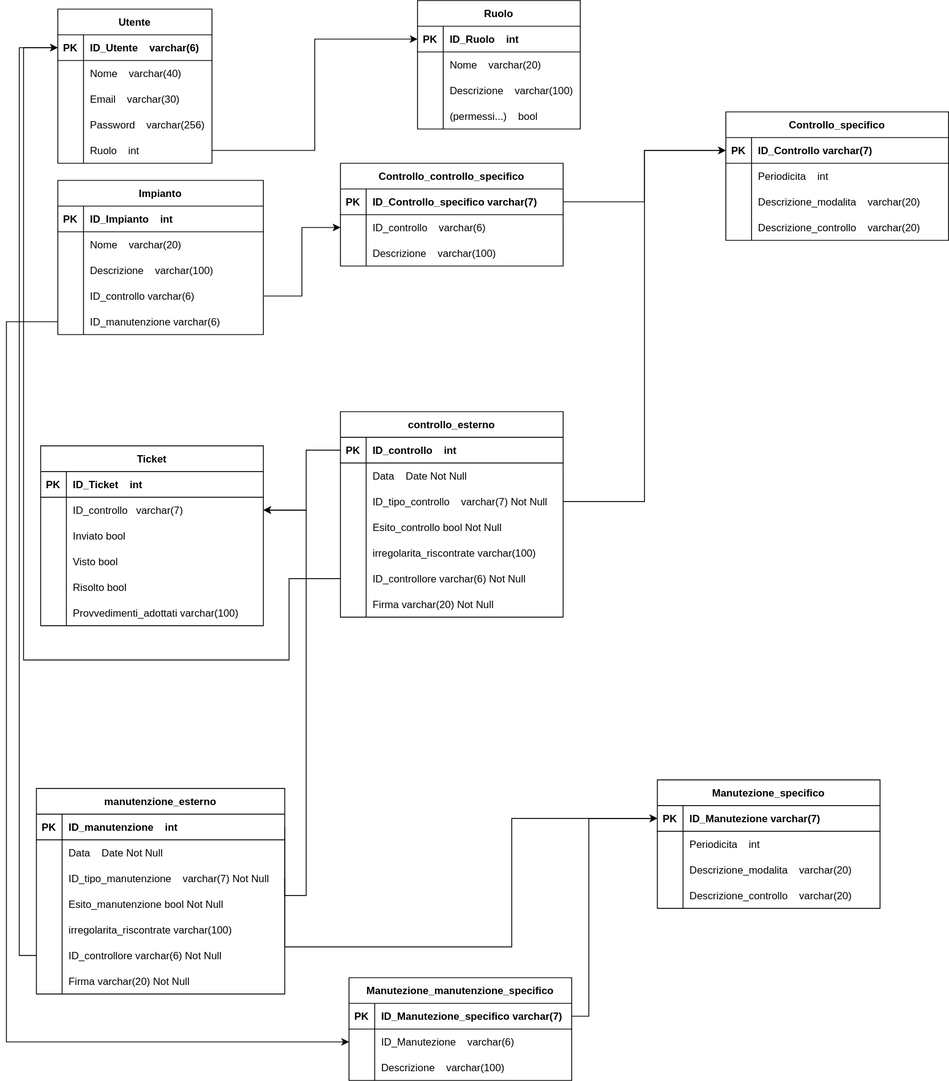
Earlier version of the draw.io export analisi/database/modello_fisico.drawio.svg (I-I-S-Viola-Marchesini/Sistema-Manutenzione). Source tidied: cells renumbered, new cells last; positions are measured from the earlier drawing's top-left corner, leaving out a move shared by most shapes.
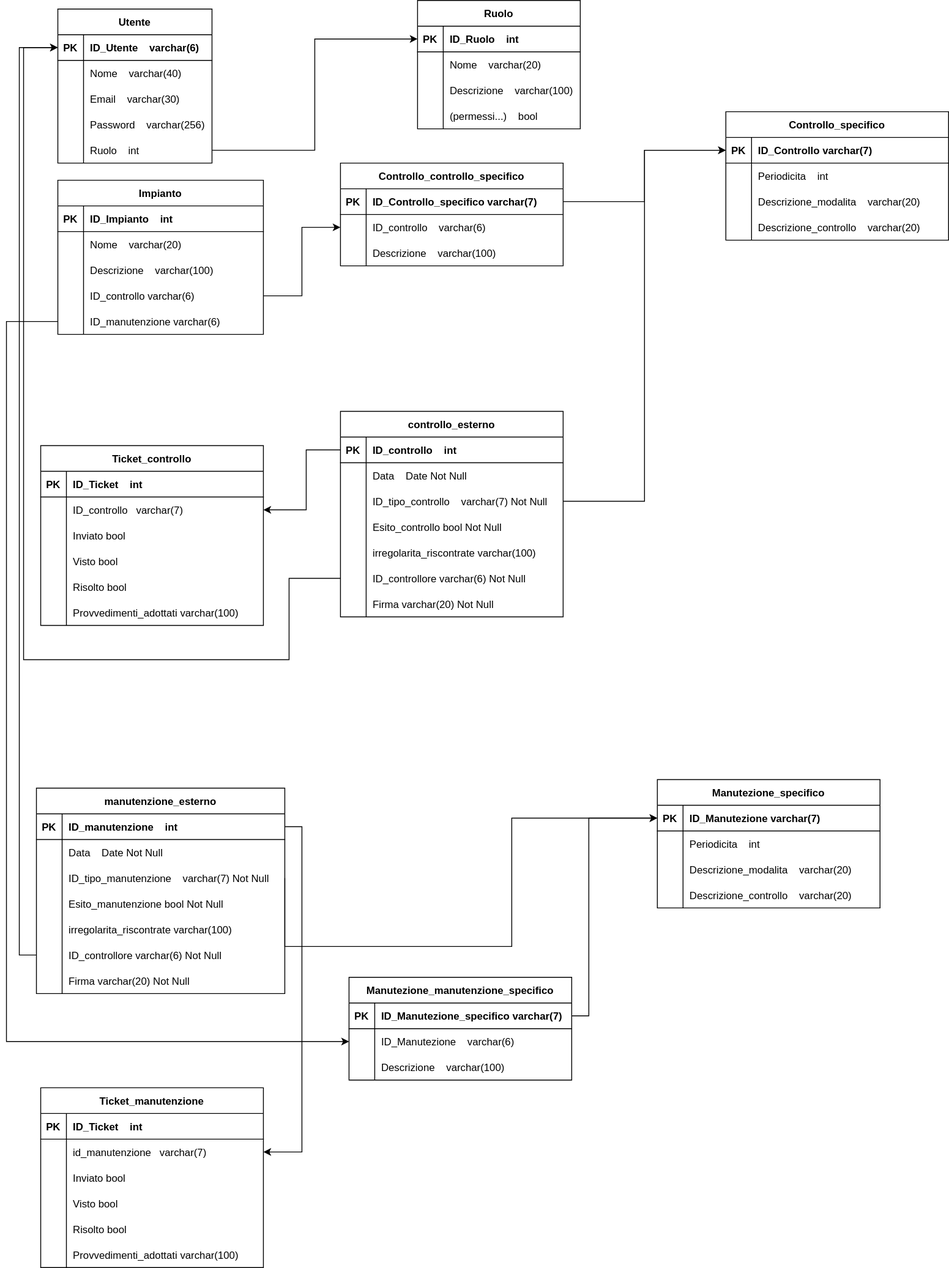
The same diagram one commit later.

The edit, as a diff of the source:
```diff
@@ -347,7 +347,7 @@
     <mxCell id="116" value="Firma varchar(20) Not Null" style="shape=partialRectangle;fillColor=none;top=0;left=0;bottom=0;right=0;align=left;spacingLeft=6;overflow=hidden;" parent="114" vertex="1">
       <mxGeometry x="30" width="230" height="30" as="geometry" />
     </mxCell>
-    <mxCell id="117" value="Ticket" style="shape=table;startSize=30;rowLines=0;fontStyle=1;align=center;" parent="1" vertex="1">
+    <mxCell id="117" value="Ticket_controllo" style="shape=table;startSize=30;rowLines=0;fontStyle=1;align=center;" parent="1" vertex="1">
       <mxGeometry x="40" y="520" width="260" height="210" as="geometry" />
     </mxCell>
     <mxCell id="118" style="shape=tableRow;horizontal=0;startSize=0;swimlaneHead=0;swimlaneBody=0;fillColor=none;top=0;left=0;right=0;bottom=1;" parent="117" vertex="1">
@@ -508,14 +508,6 @@
     <mxCell id="162" style="edgeStyle=orthogonalEdgeStyle;rounded=0;jettySize=auto;html=1;exitX=0;exitY=0.5;exitDx=0;exitDy=0;entryX=0;entryY=0.5;entryDx=0;entryDy=0;" parent="1" edge="1" source="154" target="3">
       <mxGeometry relative="1" as="geometry" />
     </mxCell>
-    <mxCell id="163" style="edgeStyle=orthogonalEdgeStyle;rounded=0;jettySize=auto;html=1;exitX=1;exitY=0.5;exitDx=0;exitDy=0;entryX=1;entryY=0.5;entryDx=0;entryDy=0;" parent="1" edge="1" source="139" target="121">
-      <mxGeometry relative="1" as="geometry">
-        <Array as="points">
-          <mxPoint x="350" y="1045" />
-          <mxPoint x="350" y="595" />
-        </Array>
-      </mxGeometry>
-    </mxCell>
     <mxCell id="164" style="edgeStyle=orthogonalEdgeStyle;rounded=0;jettySize=auto;html=1;exitX=0;exitY=0.5;exitDx=0;exitDy=0;entryX=0;entryY=0.5;entryDx=0;entryDy=0;" parent="1" edge="1" source="45" target="62">
       <mxGeometry relative="1" as="geometry">
         <Array as="points">
@@ -530,5 +522,65 @@
     <mxCell id="166" style="edgeStyle=orthogonalEdgeStyle;rounded=0;jettySize=auto;html=1;exitX=1;exitY=0.5;exitDx=0;exitDy=0;entryX=0;entryY=0.5;entryDx=0;entryDy=0;" parent="1" edge="1" source="49" target="70">
       <mxGeometry relative="1" as="geometry" />
     </mxCell>
+    <mxCell id="167" value="Ticket_manutenzione" style="shape=table;startSize=30;rowLines=0;fontStyle=1;align=center;" parent="1" vertex="1">
+      <mxGeometry x="40" y="1270" width="260" height="210" as="geometry" />
+    </mxCell>
+    <mxCell id="168" style="shape=tableRow;horizontal=0;startSize=0;swimlaneHead=0;swimlaneBody=0;fillColor=none;top=0;left=0;right=0;bottom=1;" parent="167" vertex="1">
+      <mxGeometry y="30" width="260" height="30" as="geometry" />
+    </mxCell>
+    <mxCell id="169" value="PK" style="shape=partialRectangle;fillColor=none;top=0;left=0;bottom=0;right=0;fontStyle=1;overflow=hidden;" parent="168" vertex="1">
+      <mxGeometry width="30" height="30" as="geometry" />
+    </mxCell>
+    <mxCell id="170" value="ID_Ticket    int" style="shape=partialRectangle;fillColor=none;top=0;left=0;bottom=0;right=0;align=left;spacingLeft=6;fontStyle=1;overflow=hidden;" parent="168" vertex="1">
+      <mxGeometry x="30" width="230" height="30" as="geometry" />
+    </mxCell>
+    <mxCell id="171" style="shape=tableRow;horizontal=0;startSize=0;swimlaneHead=0;swimlaneBody=0;fillColor=none;points=[[0,0.5],[1,0.5]];portConstraint=eastwest;top=0;left=0;right=0;bottom=0;" parent="167" vertex="1">
+      <mxGeometry y="60" width="260" height="30" as="geometry" />
+    </mxCell>
+    <mxCell id="172" style="shape=partialRectangle;fillColor=none;top=0;left=0;bottom=0;right=0;overflow=hidden;" parent="171" vertex="1">
+      <mxGeometry width="30" height="30" as="geometry" />
+    </mxCell>
+    <mxCell id="173" value="id_manutenzione   varchar(7)" style="shape=partialRectangle;fillColor=none;top=0;left=0;bottom=0;right=0;align=left;spacingLeft=6;overflow=hidden;" parent="171" vertex="1">
+      <mxGeometry x="30" width="230" height="30" as="geometry" />
+    </mxCell>
+    <mxCell id="174" style="shape=tableRow;horizontal=0;startSize=0;swimlaneHead=0;swimlaneBody=0;fillColor=none;top=0;left=0;right=0;bottom=0;" parent="167" vertex="1">
+      <mxGeometry y="90" width="260" height="30" as="geometry" />
+    </mxCell>
+    <mxCell id="175" style="shape=partialRectangle;fillColor=none;top=0;left=0;bottom=0;right=0;overflow=hidden;" parent="174" vertex="1">
+      <mxGeometry width="30" height="30" as="geometry" />
+    </mxCell>
+    <mxCell id="176" value="Inviato bool" style="shape=partialRectangle;fillColor=none;top=0;left=0;bottom=0;right=0;align=left;spacingLeft=6;overflow=hidden;" parent="174" vertex="1">
+      <mxGeometry x="30" width="230" height="30" as="geometry" />
+    </mxCell>
+    <mxCell id="177" style="shape=tableRow;horizontal=0;startSize=0;swimlaneHead=0;swimlaneBody=0;fillColor=none;top=0;left=0;right=0;bottom=0;" parent="167" vertex="1">
+      <mxGeometry y="120" width="260" height="30" as="geometry" />
+    </mxCell>
+    <mxCell id="178" style="shape=partialRectangle;fillColor=none;top=0;left=0;bottom=0;right=0;overflow=hidden;" parent="177" vertex="1">
+      <mxGeometry width="30" height="30" as="geometry" />
+    </mxCell>
+    <mxCell id="179" value="Visto bool" style="shape=partialRectangle;fillColor=none;top=0;left=0;bottom=0;right=0;align=left;spacingLeft=6;overflow=hidden;" parent="177" vertex="1">
+      <mxGeometry x="30" width="230" height="30" as="geometry" />
+    </mxCell>
+    <mxCell id="180" style="shape=tableRow;horizontal=0;startSize=0;swimlaneHead=0;swimlaneBody=0;fillColor=none;top=0;left=0;right=0;bottom=0;" parent="167" vertex="1">
+      <mxGeometry y="150" width="260" height="30" as="geometry" />
+    </mxCell>
+    <mxCell id="181" style="shape=partialRectangle;fillColor=none;top=0;left=0;bottom=0;right=0;overflow=hidden;" parent="180" vertex="1">
+      <mxGeometry width="30" height="30" as="geometry" />
+    </mxCell>
+    <mxCell id="182" value="Risolto bool" style="shape=partialRectangle;fillColor=none;top=0;left=0;bottom=0;right=0;align=left;spacingLeft=6;overflow=hidden;" parent="180" vertex="1">
+      <mxGeometry x="30" width="230" height="30" as="geometry" />
+    </mxCell>
+    <mxCell id="183" style="shape=tableRow;horizontal=0;startSize=0;swimlaneHead=0;swimlaneBody=0;fillColor=none;top=0;left=0;right=0;bottom=0;" parent="167" vertex="1">
+      <mxGeometry y="180" width="260" height="30" as="geometry" />
+    </mxCell>
+    <mxCell id="184" style="shape=partialRectangle;fillColor=none;top=0;left=0;bottom=0;right=0;overflow=hidden;" parent="183" vertex="1">
+      <mxGeometry width="30" height="30" as="geometry" />
+    </mxCell>
+    <mxCell id="185" value="Provvedimenti_adottati varchar(100)" style="shape=partialRectangle;fillColor=none;top=0;left=0;bottom=0;right=0;align=left;spacingLeft=6;overflow=hidden;" parent="183" vertex="1">
+      <mxGeometry x="30" width="230" height="30" as="geometry" />
+    </mxCell>
+    <mxCell id="186" style="edgeStyle=orthogonalEdgeStyle;rounded=0;jettySize=auto;html=1;exitX=1;exitY=0.5;exitDx=0;exitDy=0;entryX=1;entryY=0.5;entryDx=0;entryDy=0;" parent="1" edge="1" source="139" target="171">
+      <mxGeometry relative="1" as="geometry" />
+    </mxCell>
   </root>
 </mxGraphModel>
```
